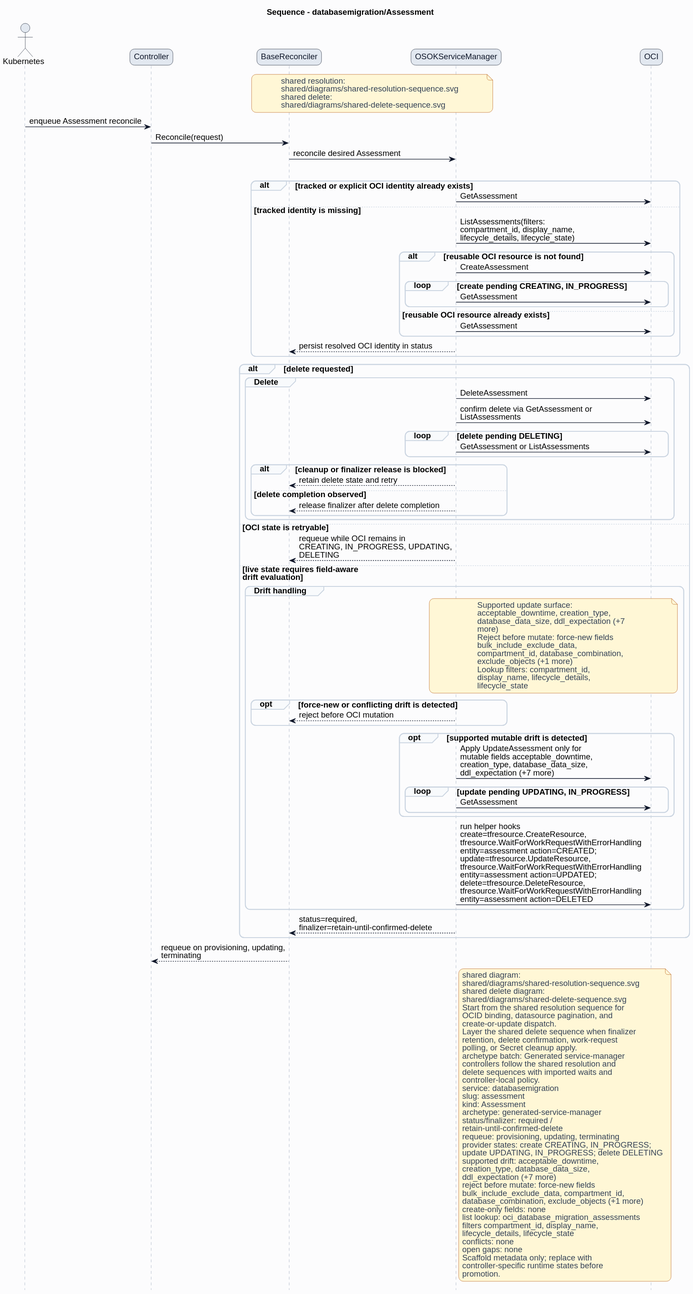
HaoyL666/oci-service-operator keeps this PlantUML diagram as formal/controllers/databasemigration/assessment/diagrams/sequence.svg. Above is the earlier version.
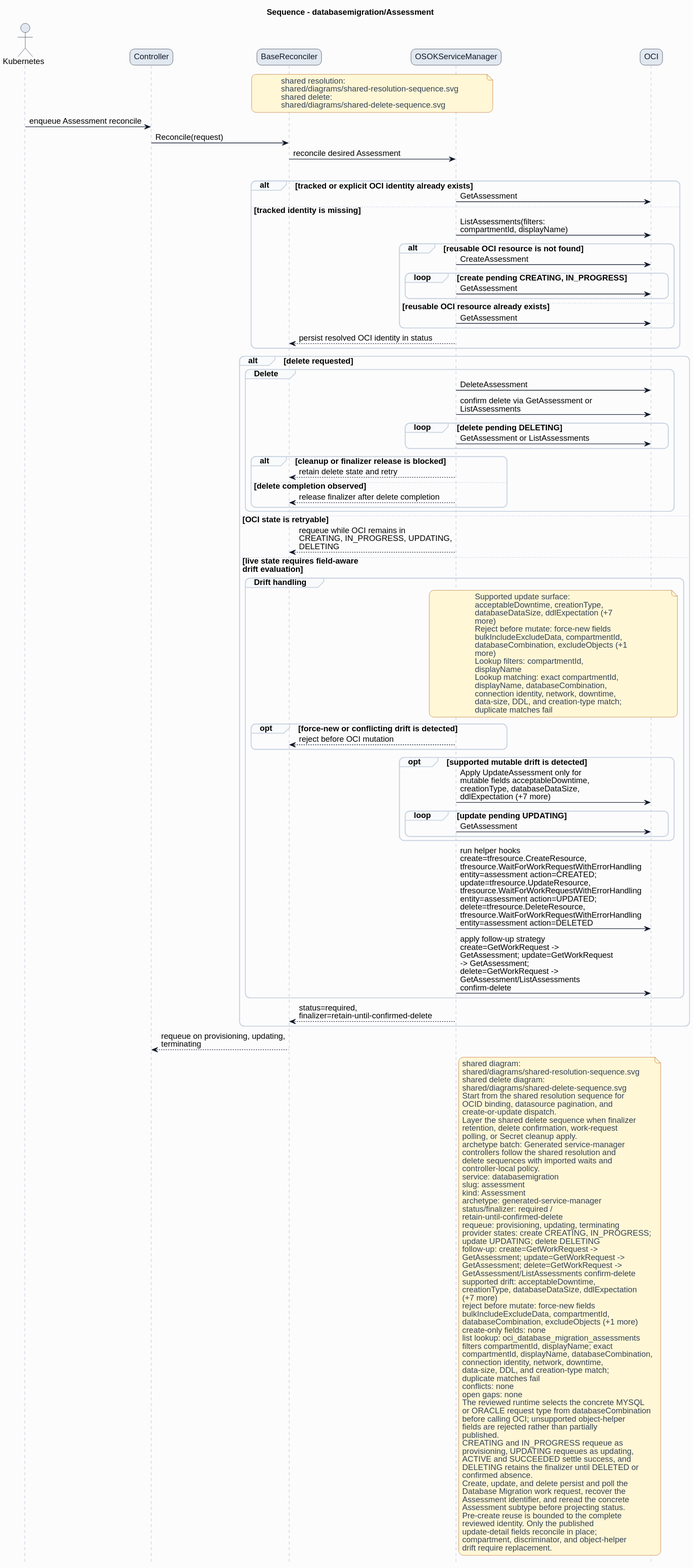
After the commit.

The edit, as a diff of the source:
```diff
@@ -38,7 +38,7 @@
 alt tracked or explicit OCI identity already exists
 ServiceManager -> OCI: GetAssessment
 else tracked identity is missing
-ServiceManager -> OCI: ListAssessments(filters:\ncompartment_id, display_name,\nlifecycle_details, lifecycle_state)
+ServiceManager -> OCI: ListAssessments(filters:\ncompartmentId, displayName)
 alt reusable OCI resource is not found
 ServiceManager -> OCI: CreateAssessment
 loop create pending CREATING, IN_PROGRESS
@@ -68,27 +68,32 @@
 group Drift handling
 note over ServiceManager,OCI
 Supported update surface:
-acceptable_downtime, creation_type,
-database_data_size, ddl_expectation (+7
+acceptableDowntime, creationType,
+databaseDataSize, ddlExpectation (+7
 more)
 Reject before mutate: force-new fields
-bulk_include_exclude_data,
-compartment_id, database_combination,
-exclude_objects (+1 more)
-Lookup filters: compartment_id,
-display_name, lifecycle_details,
-lifecycle_state
+bulkIncludeExcludeData, compartmentId,
+databaseCombination, excludeObjects (+1
+more)
+Lookup filters: compartmentId,
+displayName
+Lookup matching: exact compartmentId,
+displayName, databaseCombination,
+connection identity, network, downtime,
+data-size, DDL, and creation-type match;
+duplicate matches fail
 end note
 opt force-new or conflicting drift is detected
 ServiceManager --> BaseReconciler: reject before OCI mutation
 end
 opt supported mutable drift is detected
-ServiceManager -> OCI: Apply UpdateAssessment only for\nmutable fields acceptable_downtime,\ncreation_type, database_data_size,\nddl_expectation (+7 more)
-loop update pending UPDATING, IN_PROGRESS
+ServiceManager -> OCI: Apply UpdateAssessment only for\nmutable fields acceptableDowntime,\ncreationType, databaseDataSize,\nddlExpectation (+7 more)
+loop update pending UPDATING
 ServiceManager -> OCI: GetAssessment
 end
 end
 ServiceManager -> OCI: run helper hooks\ncreate=tfresource.CreateResource,\ntfresource.WaitForWorkRequestWithErrorHandling\nentity=assessment action=CREATED;\nupdate=tfresource.UpdateResource,\ntfresource.WaitForWorkRequestWithErrorHandling\nentity=assessment action=UPDATED;\ndelete=tfresource.DeleteResource,\ntfresource.WaitForWorkRequestWithErrorHandling\nentity=assessment action=DELETED
+ServiceManager -> OCI: apply follow-up strategy\ncreate=GetWorkRequest ->\nGetAssessment; update=GetWorkRequest\n-> GetAssessment;\ndelete=GetWorkRequest ->\nGetAssessment/ListAssessments\nconfirm-delete
 end
 ServiceManager --> BaseReconciler: status=required,\nfinalizer=retain-until-confirmed-delete
 end
@@ -116,21 +121,44 @@
 retain-until-confirmed-delete
 requeue: provisioning, updating, terminating
 provider states: create CREATING, IN_PROGRESS;
-update UPDATING, IN_PROGRESS; delete DELETING
-supported drift: acceptable_downtime,
-creation_type, database_data_size,
-ddl_expectation (+7 more)
+update UPDATING; delete DELETING
+follow-up: create=GetWorkRequest ->
+GetAssessment; update=GetWorkRequest ->
+GetAssessment; delete=GetWorkRequest ->
+GetAssessment/ListAssessments confirm-delete
+supported drift: acceptableDowntime,
+creationType, databaseDataSize, ddlExpectation
+(+7 more)
 reject before mutate: force-new fields
-bulk_include_exclude_data, compartment_id,
-database_combination, exclude_objects (+1 more)
+bulkIncludeExcludeData, compartmentId,
+databaseCombination, excludeObjects (+1 more)
 create-only fields: none
 list lookup: oci_database_migration_assessments
-filters compartment_id, display_name,
-lifecycle_details, lifecycle_state
+filters compartmentId, displayName; exact
+compartmentId, displayName, databaseCombination,
+connection identity, network, downtime,
+data-size, DDL, and creation-type match;
+duplicate matches fail
 conflicts: none
 open gaps: none
-Scaffold metadata only; replace with
-controller-specific runtime states before
-promotion.
+The reviewed runtime selects the concrete MYSQL
+or ORACLE request type from databaseCombination
+before calling OCI; unsupported object-helper
+fields are rejected rather than partially
+published.
+CREATING and IN_PROGRESS requeue as
+provisioning, UPDATING requeues as updating,
+ACTIVE and SUCCEEDED settle success, and
+DELETING retains the finalizer until DELETED or
+confirmed absence.
+Create, update, and delete persist and poll the
+Database Migration work request, recover the
+Assessment identifier, and reread the concrete
+Assessment subtype before projecting status.
+Pre-create reuse is bounded to the complete
+reviewed identity. Only the published
+update-detail fields reconcile in place;
+compartment, discriminator, and object-helper
+drift require replacement.
 end note
 @enduml
```
